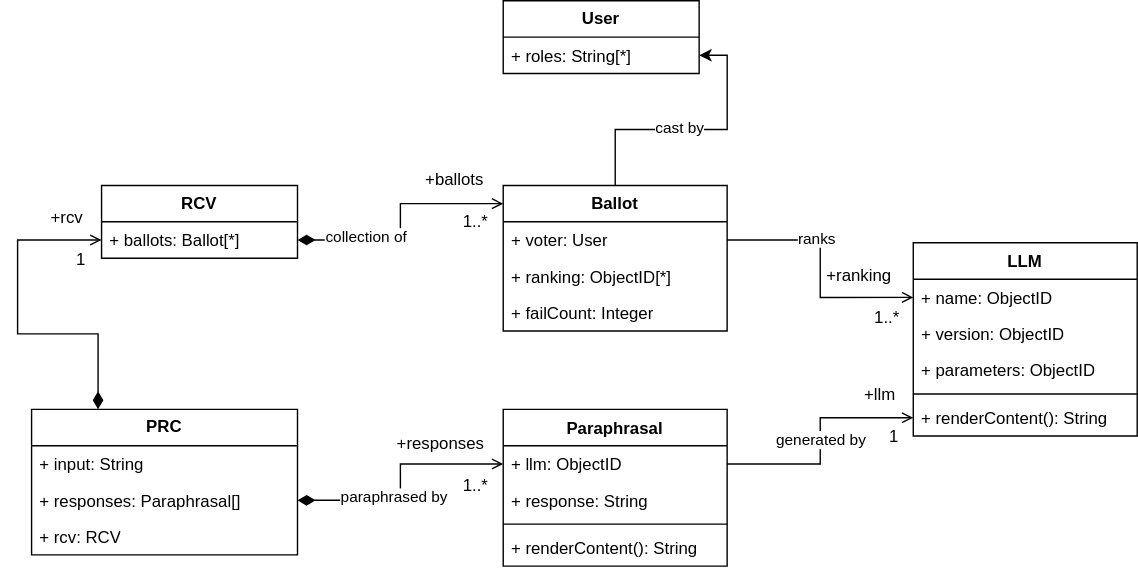
Nuna7/vhc-dash keeps this draw.io diagram as docs/images/ranker-uml.svg. Above is the earlier version. Source tidied: cells renumbered, new cells last; positions are measured from the earlier drawing's top-left corner, leaving out a move shared by most shapes. Its diagram source:
```xml
<mxGraphModel>
  <root>
    <mxCell id="0" />
    <mxCell id="1" parent="0" />
    <mxCell id="2" value="Paraphrasal" style="swimlane;fontStyle=1;align=center;verticalAlign=top;horizontal=1;startSize=26;whiteSpace=wrap;html=1;" parent="1" vertex="1">
      <mxGeometry x="347" y="292" width="160" height="112" as="geometry" />
    </mxCell>
    <mxCell id="3" value="&lt;div&gt;+ llm: ObjectID&lt;/div&gt;&lt;div&gt;&lt;br&gt;&lt;/div&gt;" style="text;strokeColor=none;fillColor=none;align=left;verticalAlign=top;spacingLeft=4;spacingRight=4;overflow=hidden;points=[[0,0.5],[1,0.5]];portConstraint=eastwest;whiteSpace=wrap;html=1;" parent="2" vertex="1">
      <mxGeometry y="26" width="160" height="26" as="geometry" />
    </mxCell>
    <mxCell id="4" value="&lt;div&gt;+ response: String&lt;/div&gt;&lt;div&gt;&lt;br&gt;&lt;/div&gt;" style="text;strokeColor=none;fillColor=none;align=left;verticalAlign=top;spacingLeft=4;spacingRight=4;overflow=hidden;whiteSpace=wrap;html=1;" parent="2" vertex="1">
      <mxGeometry y="52" width="160" height="26" as="geometry" />
    </mxCell>
    <mxCell id="5" style="line;strokeWidth=1;fillColor=none;align=left;verticalAlign=middle;spacingTop=-1;spacingLeft=3;spacingRight=3;labelPosition=right;strokeColor=inherit;" parent="2" vertex="1">
      <mxGeometry y="78" width="160" height="8" as="geometry" />
    </mxCell>
    <mxCell id="6" value="+ renderContent(): String" style="text;strokeColor=none;fillColor=none;align=left;verticalAlign=top;spacingLeft=4;spacingRight=4;overflow=hidden;whiteSpace=wrap;html=1;" parent="2" vertex="1">
      <mxGeometry y="86" width="160" height="26" as="geometry" />
    </mxCell>
    <mxCell id="7" value="LLM" style="swimlane;fontStyle=1;align=center;verticalAlign=top;horizontal=1;startSize=26;whiteSpace=wrap;html=1;" parent="1" vertex="1">
      <mxGeometry x="640" y="173" width="160" height="138" as="geometry" />
    </mxCell>
    <mxCell id="8" value="&lt;div&gt;+ name: ObjectID&lt;/div&gt;&lt;div&gt;&lt;br&gt;&lt;/div&gt;" style="text;strokeColor=none;fillColor=none;align=left;verticalAlign=top;spacingLeft=4;spacingRight=4;overflow=hidden;points=[[0,0.5],[1,0.5]];portConstraint=eastwest;whiteSpace=wrap;html=1;" parent="7" vertex="1">
      <mxGeometry y="26" width="160" height="26" as="geometry" />
    </mxCell>
    <mxCell id="9" value="&lt;div&gt;+ version: ObjectID&lt;/div&gt;&lt;div&gt;&lt;br&gt;&lt;/div&gt;" style="text;strokeColor=none;fillColor=none;align=left;verticalAlign=top;spacingLeft=4;spacingRight=4;overflow=hidden;whiteSpace=wrap;html=1;" parent="7" vertex="1">
      <mxGeometry y="52" width="160" height="26" as="geometry" />
    </mxCell>
    <mxCell id="10" value="&lt;div&gt;+ parameters: ObjectID&lt;/div&gt;&lt;div&gt;&lt;br&gt;&lt;/div&gt;" style="text;strokeColor=none;fillColor=none;align=left;verticalAlign=top;spacingLeft=4;spacingRight=4;overflow=hidden;whiteSpace=wrap;html=1;" parent="7" vertex="1">
      <mxGeometry y="78" width="160" height="26" as="geometry" />
    </mxCell>
    <mxCell id="11" style="line;strokeWidth=1;fillColor=none;align=left;verticalAlign=middle;spacingTop=-1;spacingLeft=3;spacingRight=3;labelPosition=right;strokeColor=inherit;" parent="7" vertex="1">
      <mxGeometry y="104" width="160" height="8" as="geometry" />
    </mxCell>
    <mxCell id="12" value="+ renderContent(): String" style="text;strokeColor=none;fillColor=none;align=left;verticalAlign=top;spacingLeft=4;spacingRight=4;overflow=hidden;points=[[0,0.5],[1,0.5]];portConstraint=eastwest;whiteSpace=wrap;html=1;" parent="7" vertex="1">
      <mxGeometry y="112" width="160" height="26" as="geometry" />
    </mxCell>
    <mxCell id="13" style="edgeStyle=orthogonalEdgeStyle;rounded=0;jettySize=auto;html=1;" parent="1" edge="1" source="15" target="20">
      <mxGeometry relative="1" as="geometry" />
    </mxCell>
    <mxCell id="14" value="cast by" style="edgeLabel;html=1;align=center;verticalAlign=middle;" parent="13" vertex="1">
      <mxGeometry x="-0.11" y="-2" relative="1" as="geometry">
        <mxPoint y="-3" as="offset" />
      </mxGeometry>
    </mxCell>
    <mxCell id="15" value="&lt;b&gt;Ballot&lt;/b&gt;" style="swimlane;fontStyle=0;horizontal=1;startSize=26;fillColor=none;whiteSpace=wrap;html=1;" parent="1" vertex="1">
      <mxGeometry x="347" y="132" width="160" height="104" as="geometry" />
    </mxCell>
    <mxCell id="16" value="+ voter: User" style="text;strokeColor=none;fillColor=none;align=left;verticalAlign=top;spacingLeft=4;spacingRight=4;overflow=hidden;points=[[0,0.5],[1,0.5]];portConstraint=eastwest;whiteSpace=wrap;html=1;" parent="15" vertex="1">
      <mxGeometry y="26" width="160" height="26" as="geometry" />
    </mxCell>
    <mxCell id="17" value="&lt;div&gt;+ ranking: ObjectID[*]&lt;span style=&quot;white-space: pre;&quot;&gt;&#9;&lt;/span&gt;&lt;/div&gt;" style="text;strokeColor=none;fillColor=none;align=left;verticalAlign=top;spacingLeft=4;spacingRight=4;overflow=hidden;whiteSpace=wrap;html=1;" parent="15" vertex="1">
      <mxGeometry y="52" width="160" height="26" as="geometry" />
    </mxCell>
    <mxCell id="18" value="+ failCount: Integer" style="text;strokeColor=none;fillColor=none;align=left;verticalAlign=top;spacingLeft=4;spacingRight=4;overflow=hidden;whiteSpace=wrap;html=1;" parent="15" vertex="1">
      <mxGeometry y="78" width="160" height="26" as="geometry" />
    </mxCell>
    <mxCell id="19" value="&lt;b&gt;User&lt;/b&gt;" style="swimlane;fontStyle=0;horizontal=1;startSize=26;fillColor=none;whiteSpace=wrap;html=1;" parent="1" vertex="1">
      <mxGeometry x="347" width="140" height="52" as="geometry" />
    </mxCell>
    <mxCell id="20" value="+ roles: String[*]" style="text;strokeColor=none;fillColor=none;align=left;verticalAlign=top;spacingLeft=4;spacingRight=4;overflow=hidden;points=[[0,0.5],[1,0.5]];portConstraint=eastwest;whiteSpace=wrap;html=1;" parent="19" vertex="1">
      <mxGeometry y="26" width="140" height="26" as="geometry" />
    </mxCell>
    <mxCell id="21" value="&lt;b&gt;RCV&lt;/b&gt;" style="swimlane;fontStyle=0;horizontal=1;startSize=26;fillColor=none;whiteSpace=wrap;html=1;" parent="1" vertex="1">
      <mxGeometry x="60" y="132" width="140" height="52" as="geometry" />
    </mxCell>
    <mxCell id="22" value="+ ballots: Ballot[*]" style="text;strokeColor=none;fillColor=none;align=left;verticalAlign=top;spacingLeft=4;spacingRight=4;overflow=hidden;points=[[0,0.5],[1,0.5]];portConstraint=eastwest;whiteSpace=wrap;html=1;" parent="21" vertex="1">
      <mxGeometry y="26" width="140" height="26" as="geometry" />
    </mxCell>
    <mxCell id="23" style="edgeStyle=orthogonalEdgeStyle;rounded=0;jettySize=auto;html=1;exitX=0.25;exitY=0;exitDx=0;exitDy=0;entryX=0;entryY=0.5;entryDx=0;entryDy=0;startArrow=diamondThin;startFill=1;startSize=10;endArrow=open;endFill=0;" parent="1" edge="1" source="24" target="22">
      <mxGeometry relative="1" as="geometry">
        <Array as="points">
          <mxPoint x="58" y="238" />
          <mxPoint y="238" />
          <mxPoint y="171" />
        </Array>
      </mxGeometry>
    </mxCell>
    <mxCell id="24" value="&lt;b&gt;PRC&lt;/b&gt;" style="swimlane;fontStyle=0;horizontal=1;startSize=26;fillColor=none;whiteSpace=wrap;html=1;" parent="1" vertex="1">
      <mxGeometry x="10" y="292" width="190" height="104" as="geometry" />
    </mxCell>
    <mxCell id="25" value="+ input: String" style="text;strokeColor=none;fillColor=none;align=left;verticalAlign=top;spacingLeft=4;spacingRight=4;overflow=hidden;whiteSpace=wrap;html=1;" parent="24" vertex="1">
      <mxGeometry y="26" width="190" height="26" as="geometry" />
    </mxCell>
    <mxCell id="26" value="&lt;div&gt;+ responses: Paraphrasal[]&lt;span style=&quot;white-space: pre;&quot;&gt;&#9;&lt;/span&gt;&lt;/div&gt;" style="text;strokeColor=none;fillColor=none;align=left;verticalAlign=top;spacingLeft=4;spacingRight=4;overflow=hidden;points=[[0,0.5],[1,0.5]];portConstraint=eastwest;whiteSpace=wrap;html=1;" parent="24" vertex="1">
      <mxGeometry y="52" width="190" height="26" as="geometry" />
    </mxCell>
    <mxCell id="27" value="+ rcv: RCV" style="text;strokeColor=none;fillColor=none;align=left;verticalAlign=top;spacingLeft=4;spacingRight=4;overflow=hidden;whiteSpace=wrap;html=1;" parent="24" vertex="1">
      <mxGeometry y="78" width="190" height="26" as="geometry" />
    </mxCell>
    <mxCell id="28" style="edgeStyle=orthogonalEdgeStyle;rounded=0;jettySize=auto;html=1;exitX=1;exitY=0.5;exitDx=0;exitDy=0;entryX=0;entryY=0.125;entryDx=0;entryDy=0;entryPerimeter=0;startArrow=diamondThin;startFill=1;targetPerimeterSpacing=0;startSize=10;endArrow=open;endFill=0;" parent="1" edge="1" source="22" target="15">
      <mxGeometry relative="1" as="geometry" />
    </mxCell>
    <mxCell id="29" value="collection of" style="edgeLabel;html=1;align=center;verticalAlign=middle;" parent="28" vertex="1">
      <mxGeometry x="-0.19" y="2" relative="1" as="geometry">
        <mxPoint x="-21" as="offset" />
      </mxGeometry>
    </mxCell>
    <mxCell id="30" value="&lt;div&gt;1..*&lt;/div&gt;" style="text;html=1;align=center;verticalAlign=middle;strokeColor=none;fillColor=none;" parent="1" vertex="1">
      <mxGeometry x="307" y="143" width="40" height="30" as="geometry" />
    </mxCell>
    <mxCell id="31" value="&lt;div&gt;+ballots&lt;/div&gt;" style="text;html=1;align=center;verticalAlign=middle;strokeColor=none;fillColor=none;" parent="1" vertex="1">
      <mxGeometry x="277" y="113" width="70" height="30" as="geometry" />
    </mxCell>
    <mxCell id="32" style="edgeStyle=orthogonalEdgeStyle;rounded=0;jettySize=auto;html=1;exitX=1;exitY=0.5;exitDx=0;exitDy=0;entryX=0;entryY=0.5;entryDx=0;entryDy=0;startArrow=diamondThin;startFill=1;startSize=10;endArrow=open;endFill=0;" parent="1" edge="1" source="26" target="3">
      <mxGeometry relative="1" as="geometry" />
    </mxCell>
    <mxCell id="33" value="paraphrased by" style="edgeLabel;html=1;align=center;verticalAlign=middle;" parent="32" vertex="1">
      <mxGeometry x="-0.21" y="-2" relative="1" as="geometry">
        <mxPoint y="-4" as="offset" />
      </mxGeometry>
    </mxCell>
    <mxCell id="34" value="&lt;div&gt;+responses&lt;/div&gt;" style="text;html=1;align=center;verticalAlign=middle;strokeColor=none;fillColor=none;" parent="1" vertex="1">
      <mxGeometry x="257" y="302" width="90" height="30" as="geometry" />
    </mxCell>
    <mxCell id="35" value="1..*" style="text;html=1;align=center;verticalAlign=middle;strokeColor=none;fillColor=none;" parent="1" vertex="1">
      <mxGeometry x="307" y="332" width="40" height="30" as="geometry" />
    </mxCell>
    <mxCell id="36" value="+rcv" style="text;html=1;align=center;verticalAlign=middle;strokeColor=none;fillColor=none;" parent="1" vertex="1">
      <mxGeometry x="10" y="140" width="50" height="30" as="geometry" />
    </mxCell>
    <mxCell id="37" value="&lt;div&gt;1&lt;/div&gt;" style="text;html=1;align=center;verticalAlign=middle;strokeColor=none;fillColor=none;" parent="1" vertex="1">
      <mxGeometry x="30" y="170" width="30" height="30" as="geometry" />
    </mxCell>
    <mxCell id="38" style="edgeStyle=orthogonalEdgeStyle;rounded=0;jettySize=auto;html=1;exitX=1;exitY=0.5;exitDx=0;exitDy=0;entryX=0;entryY=0.5;entryDx=0;entryDy=0;endArrow=open;endFill=0;" parent="1" edge="1" source="16" target="8">
      <mxGeometry relative="1" as="geometry" />
    </mxCell>
    <mxCell id="39" value="ranks" style="edgeLabel;html=1;align=center;verticalAlign=middle;" parent="38" vertex="1">
      <mxGeometry x="-0.2" relative="1" as="geometry">
        <mxPoint x="-3" y="-4" as="offset" />
      </mxGeometry>
    </mxCell>
    <mxCell id="40" value="+ranking" style="text;html=1;align=center;verticalAlign=middle;strokeColor=none;fillColor=none;" parent="1" vertex="1">
      <mxGeometry x="561" y="182" width="80" height="30" as="geometry" />
    </mxCell>
    <mxCell id="41" value="&lt;div&gt;1..*&lt;/div&gt;" style="text;html=1;align=center;verticalAlign=middle;strokeColor=none;fillColor=none;" parent="1" vertex="1">
      <mxGeometry x="601" y="212" width="40" height="30" as="geometry" />
    </mxCell>
    <mxCell id="42" style="edgeStyle=orthogonalEdgeStyle;rounded=0;jettySize=auto;html=1;exitX=1;exitY=0.5;exitDx=0;exitDy=0;entryX=0;entryY=0.5;entryDx=0;entryDy=0;endArrow=open;endFill=0;" parent="1" edge="1" source="3" target="12">
      <mxGeometry relative="1" as="geometry" />
    </mxCell>
    <mxCell id="43" value="generated by" style="edgeLabel;html=1;align=center;verticalAlign=middle;" parent="42" vertex="1">
      <mxGeometry relative="1" as="geometry">
        <mxPoint y="-1" as="offset" />
      </mxGeometry>
    </mxCell>
    <mxCell id="44" value="&lt;div&gt;+llm&lt;/div&gt;" style="text;html=1;align=center;verticalAlign=middle;strokeColor=none;fillColor=none;" parent="1" vertex="1">
      <mxGeometry x="591" y="267" width="50" height="30" as="geometry" />
    </mxCell>
    <mxCell id="45" value="&lt;div&gt;1&lt;/div&gt;" style="text;html=1;align=center;verticalAlign=middle;strokeColor=none;fillColor=none;" parent="1" vertex="1">
      <mxGeometry x="611" y="297" width="30" height="30" as="geometry" />
    </mxCell>
  </root>
</mxGraphModel>
```
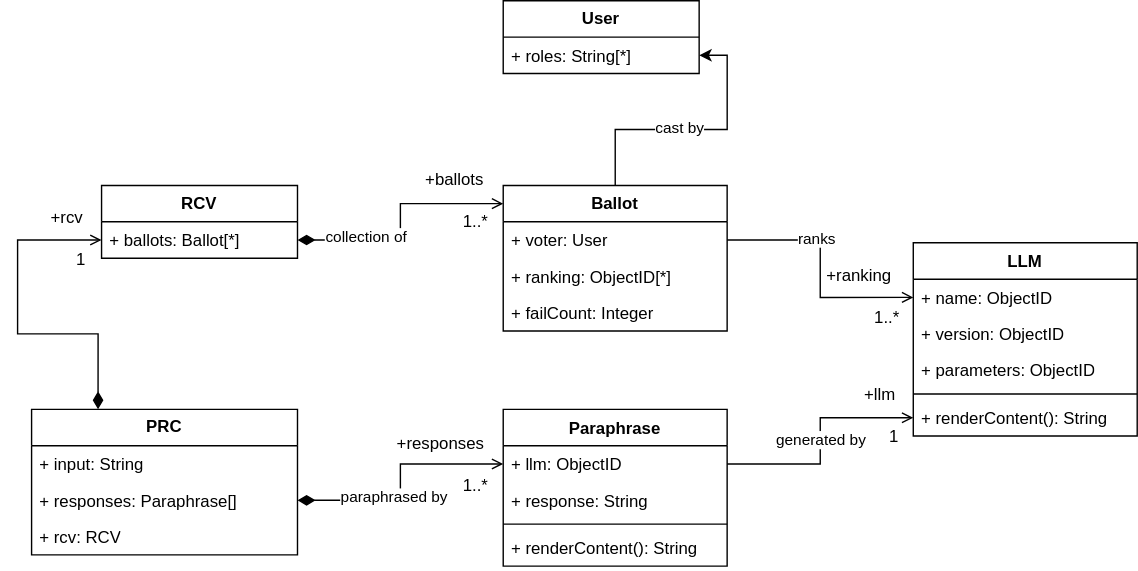
After the commit.

Commit message:
CHANGE PARAPHRASAL TO PARAPHRASE GLOBALLY

Diff of the diagram source:
```diff
@@ -2,7 +2,7 @@
   <root>
     <mxCell id="0" />
     <mxCell id="1" parent="0" />
-    <mxCell id="2" value="Paraphrasal" style="swimlane;fontStyle=1;align=center;verticalAlign=top;horizontal=1;startSize=26;whiteSpace=wrap;html=1;" parent="1" vertex="1">
+    <mxCell id="2" value="Paraphrase" style="swimlane;fontStyle=1;align=center;verticalAlign=top;horizontal=1;startSize=26;whiteSpace=wrap;html=1;" parent="1" vertex="1">
       <mxGeometry x="347" y="292" width="160" height="112" as="geometry" />
     </mxCell>
     <mxCell id="3" value="&lt;div&gt;+ llm: ObjectID&lt;/div&gt;&lt;div&gt;&lt;br&gt;&lt;/div&gt;" style="text;strokeColor=none;fillColor=none;align=left;verticalAlign=top;spacingLeft=4;spacingRight=4;overflow=hidden;points=[[0,0.5],[1,0.5]];portConstraint=eastwest;whiteSpace=wrap;html=1;" parent="2" vertex="1">
@@ -82,7 +82,7 @@
     <mxCell id="25" value="+ input: String" style="text;strokeColor=none;fillColor=none;align=left;verticalAlign=top;spacingLeft=4;spacingRight=4;overflow=hidden;whiteSpace=wrap;html=1;" parent="24" vertex="1">
       <mxGeometry y="26" width="190" height="26" as="geometry" />
     </mxCell>
-    <mxCell id="26" value="&lt;div&gt;+ responses: Paraphrasal[]&lt;span style=&quot;white-space: pre;&quot;&gt;&#9;&lt;/span&gt;&lt;/div&gt;" style="text;strokeColor=none;fillColor=none;align=left;verticalAlign=top;spacingLeft=4;spacingRight=4;overflow=hidden;points=[[0,0.5],[1,0.5]];portConstraint=eastwest;whiteSpace=wrap;html=1;" parent="24" vertex="1">
+    <mxCell id="26" value="&lt;div&gt;+ responses: Paraphrase[]&lt;span style=&quot;white-space: pre;&quot;&gt;&#9;&lt;/span&gt;&lt;/div&gt;" style="text;strokeColor=none;fillColor=none;align=left;verticalAlign=top;spacingLeft=4;spacingRight=4;overflow=hidden;points=[[0,0.5],[1,0.5]];portConstraint=eastwest;whiteSpace=wrap;html=1;" parent="24" vertex="1">
       <mxGeometry y="52" width="190" height="26" as="geometry" />
     </mxCell>
     <mxCell id="27" value="+ rcv: RCV" style="text;strokeColor=none;fillColor=none;align=left;verticalAlign=top;spacingLeft=4;spacingRight=4;overflow=hidden;whiteSpace=wrap;html=1;" parent="24" vertex="1">
```
